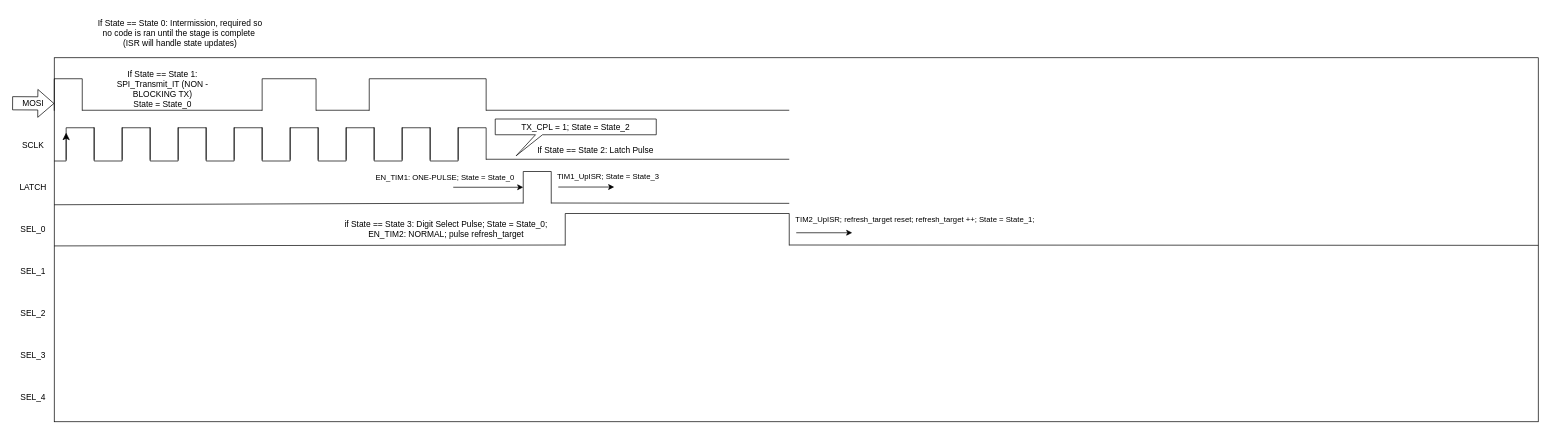
Before: signal flow.drawio in virgilreturns/seven_segment_driver_wksp, a draw.io diagram. Source tidied: cells renumbered, new cells numbered last; positions are measured from the earlier drawing's top-left corner, leaving out a move shared by most shapes. Both pictures are drawn from the tidied source at 70%, with x=0, y=0 at pixel (12, 22).
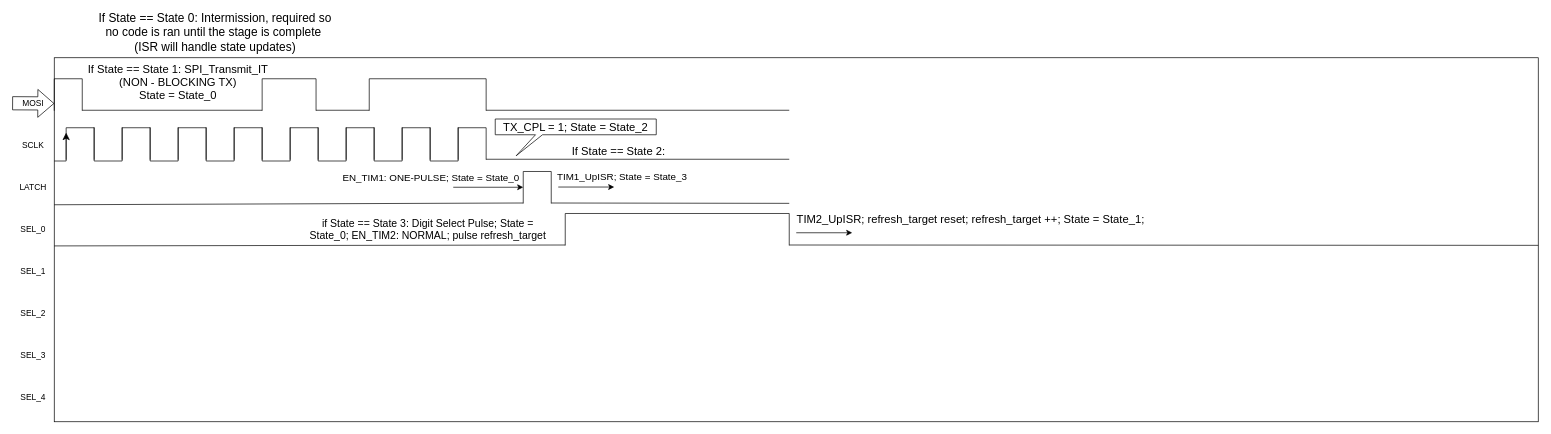
After the change.

Unchanged cells that the change refers to:
```xml
<mxCell id="41" style="endArrow=classic;html=1;rounded=0;entryX=1;entryY=0.5;entryDx=0;entryDy=0;" parent="1" edge="1" target="32">
  <mxGeometry relative="1" as="geometry">
    <mxPoint x="630" y="235" as="sourcePoint" />
  </mxGeometry>
</mxCell>
<mxCell id="45" style="endArrow=classic;html=1;rounded=0;entryX=1;entryY=0.5;entryDx=0;entryDy=0;" parent="1" edge="1">
  <mxGeometry relative="1" as="geometry">
    <mxPoint x="780" y="234.7" as="sourcePoint" />
    <mxPoint x="860" y="234.7" as="targetPoint" />
  </mxGeometry>
</mxCell>
<mxCell id="52" style="endArrow=classic;html=1;rounded=0;entryX=1;entryY=0.5;entryDx=0;entryDy=0;" parent="1" edge="1">
  <mxGeometry relative="1" as="geometry">
    <mxPoint x="1120" y="300" as="sourcePoint" />
    <mxPoint x="1200" y="300" as="targetPoint" />
  </mxGeometry>
</mxCell>
```

Diff of the diagram source:
```diff
@@
-    <mxCell id="40" value="TX_CPL = 1; State = State_2" style="shape=callout;whiteSpace=wrap;html=1;perimeter=calloutPerimeter;position2=0.13;size=30;position=0.25;base=10;" parent="1" vertex="1">
+    <mxCell id="40" value="TX_CPL = 1; State = State_2" style="shape=callout;whiteSpace=wrap;html=1;perimeter=calloutPerimeter;position2=0.13;size=30;position=0.25;base=10;fontSize=16;" parent="1" vertex="1">
       <mxGeometry x="690" y="137.5" width="230" height="52.5" as="geometry" />
     </mxCell>
@@
-    <mxCell id="42" value="EN_TIM1: ONE-PULSE; State = State_0" style="edgeLabel;html=1;align=center;verticalAlign=middle;" parent="41" vertex="1">
+    <mxCell id="42" value="EN_TIM1: ONE-PULSE; State = State_0" style="edgeLabel;html=1;align=center;verticalAlign=middle;fontSize=14;" parent="41" vertex="1">
       <mxGeometry relative="1" as="geometry">
-        <mxPoint x="-63" y="-15" as="offset" />
+        <mxPoint x="-83" y="-15" as="offset" />
       </mxGeometry>
     </mxCell>
@@
-    <mxCell id="46" value="TIM1_UpISR; State = State_3" style="edgeLabel;html=1;align=center;verticalAlign=middle;" parent="45" vertex="1">
+    <mxCell id="46" value="TIM1_UpISR; State = State_3" style="edgeLabel;html=1;align=center;verticalAlign=middle;fontSize=14;" parent="45" vertex="1">
       <mxGeometry relative="1" as="geometry">
-        <mxPoint x="30" y="-15" as="offset" />
+        <mxPoint x="50" y="-15" as="offset" />
       </mxGeometry>
     </mxCell>
@@
-    <mxCell id="48" value="If State == State 1: SPI_Transmit_IT (NON - BLOCKING TX)&lt;div&gt;State = State_0&lt;/div&gt;" style="text;html=1;align=center;verticalAlign=middle;whiteSpace=wrap;rounded=0;" parent="1" vertex="1">
-      <mxGeometry x="130" y="80" width="170" height="30" as="geometry" />
+    <mxCell id="48" value="If State == State 1: SPI_Transmit_IT (NON - BLOCKING TX)&lt;div&gt;State = State_0&lt;/div&gt;" style="text;html=1;align=center;verticalAlign=middle;whiteSpace=wrap;rounded=0;fontSize=16;" parent="1" vertex="1">
+      <mxGeometry x="107" y="70" width="260" height="30" as="geometry" />
     </mxCell>
-    <mxCell id="49" value="If State == State 2: Latch Pulse" style="text;html=1;align=center;verticalAlign=middle;whiteSpace=wrap;rounded=0;" parent="1" vertex="1">
-      <mxGeometry x="717" y="167.5" width="233" height="30" as="geometry" />
+    <mxCell id="49" value="If State == State 2:" style="text;html=1;align=center;verticalAlign=middle;whiteSpace=wrap;rounded=0;fontSize=16;" parent="1" vertex="1">
+      <mxGeometry x="750" y="167.5" width="233" height="30" as="geometry" />
     </mxCell>
-    <mxCell id="50" value="if State == State 3: Digit Select Pulse; State = State_0; EN_TIM2: NORMAL; pulse refresh_target" style="text;html=1;align=center;verticalAlign=middle;whiteSpace=wrap;rounded=0;" parent="1" vertex="1">
-      <mxGeometry x="450" y="280" width="340" height="30" as="geometry" />
+    <mxCell id="50" value="if State == State 3: Digit Select Pulse; State = State_0; EN_TIM2: NORMAL; pulse refresh_target" style="text;html=1;align=center;verticalAlign=middle;whiteSpace=wrap;rounded=0;fontSize=15;" parent="1" vertex="1">
+      <mxGeometry x="423.5" y="280" width="340" height="30" as="geometry" />
     </mxCell>
-    <mxCell id="51" value="If State == State 0: Intermission, required so no code is ran until the stage is complete&amp;nbsp; (ISR will handle state updates)" style="text;html=1;align=center;verticalAlign=middle;whiteSpace=wrap;rounded=0;" parent="1" vertex="1">
-      <mxGeometry x="120" width="240" height="30" as="geometry" />
+    <mxCell id="51" value="If State == State 0: Intermission, required so no code is ran until the stage is complete&amp;nbsp; (ISR will handle state updates)" style="text;html=1;align=center;verticalAlign=middle;whiteSpace=wrap;rounded=0;fontSize=17;" parent="1" vertex="1">
+      <mxGeometry x="120" width="340" height="30" as="geometry" />
     </mxCell>
@@
-    <mxCell id="53" value="TIM2_UpISR; refresh_target reset; refresh_target ++; State = State_1;&amp;nbsp;" style="edgeLabel;html=1;align=center;verticalAlign=middle;" parent="52" vertex="1">
+    <mxCell id="53" value="&lt;font style=&quot;font-size: 16px;&quot;&gt;TIM2_UpISR; refresh_target reset; refresh_target ++; State = State_1;&amp;nbsp;&lt;/font&gt;" style="edgeLabel;html=1;align=center;verticalAlign=middle;" parent="52" vertex="1">
       <mxGeometry relative="1" as="geometry">
-        <mxPoint x="130" y="-20" as="offset" />
+        <mxPoint x="210" y="-20" as="offset" />
       </mxGeometry>
     </mxCell>
```
